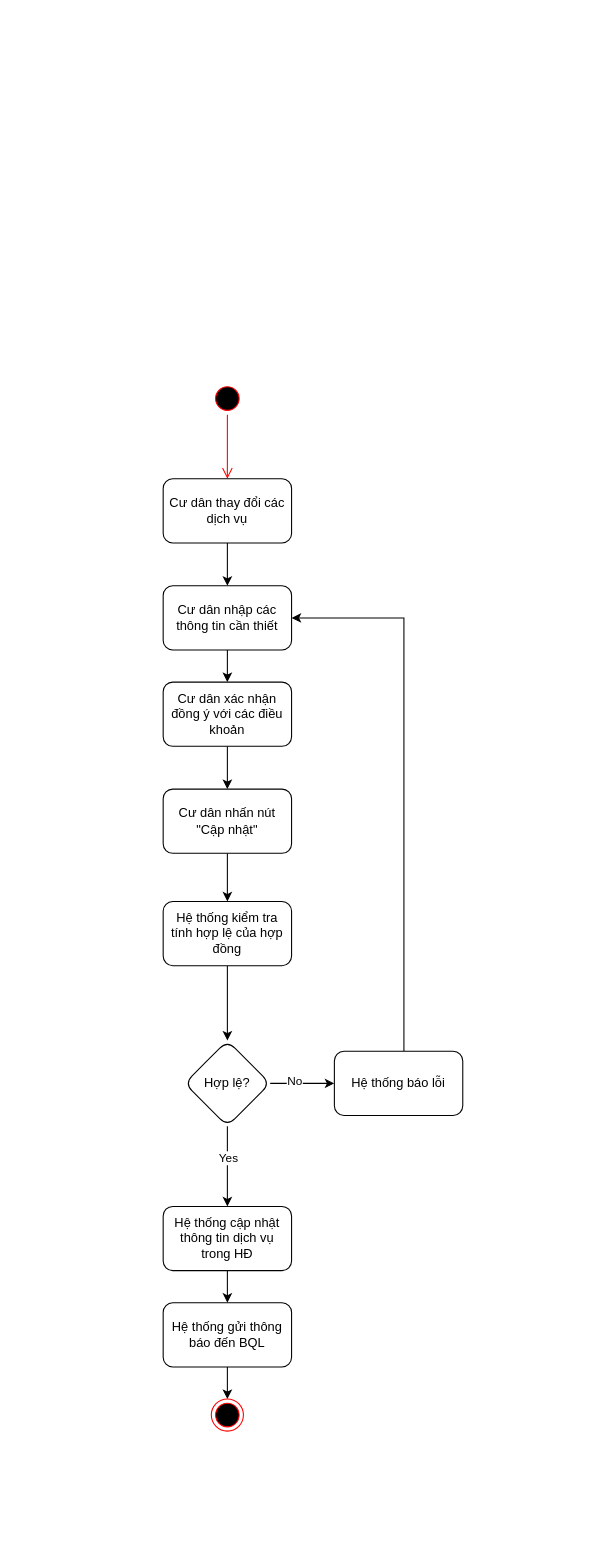
Above: page "AD-Thay đổi dịch vụ" (13 of 15) of doan.drawio in Pakamon234/thuc-tap-tot-nghiep (draw.io), before the change. Source tidied: cells renumbered, new cells numbered last; positions are measured from the earlier drawing's top-left corner, leaving out a move shared by most shapes. Both pictures are drawn from the tidied source at 107%, with x=0, y=0 at pixel (163, 382).
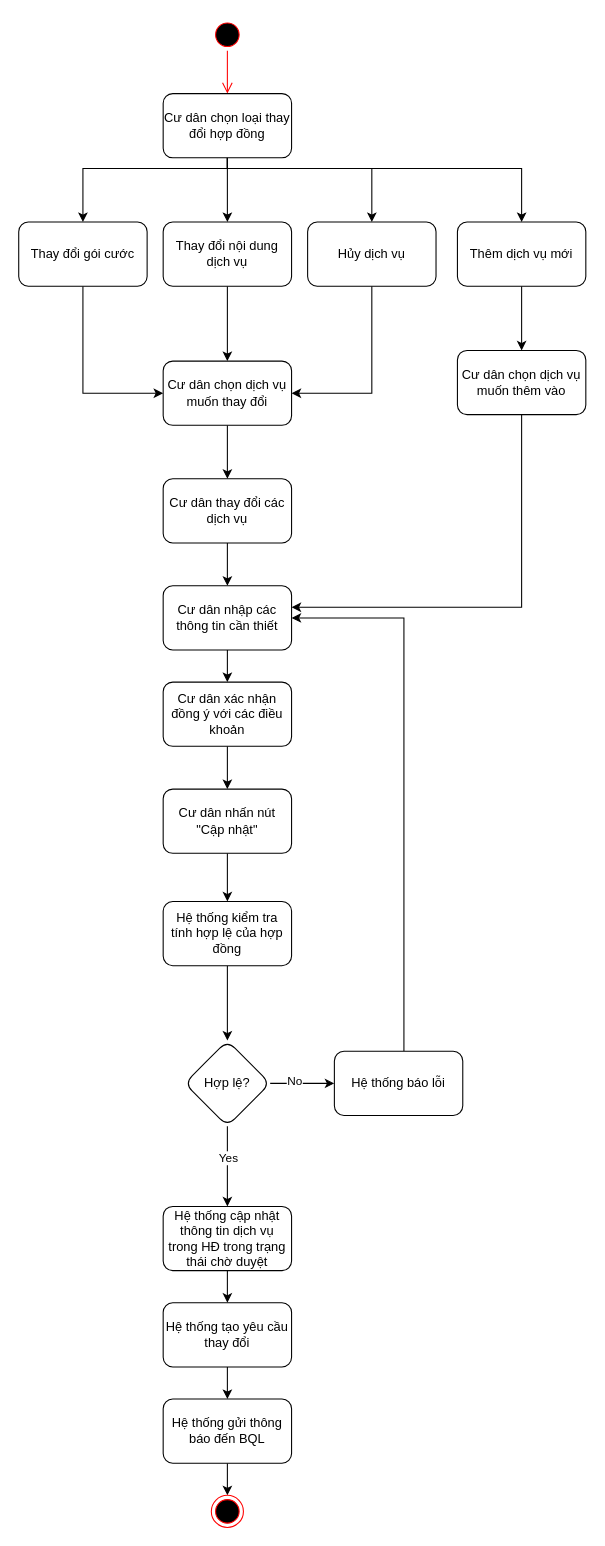
After the change.

The change refers to these unchanged cells:
```xml
<mxCell id="5" value="Cư dân thay đổi các dịch vụ" style="rounded=1;whiteSpace=wrap;html=1;" parent="1" vertex="1">
  <mxGeometry y="90" width="120" height="60" as="geometry" />
</mxCell>
<mxCell id="7" value="Cư dân nhập các thông tin cần thiết" style="whiteSpace=wrap;html=1;rounded=1;" parent="1" vertex="1">
  <mxGeometry y="190" width="120" height="60" as="geometry" />
</mxCell>
```

What changed in the source:
```diff
@@
     <mxCell id="2" style="ellipse;html=1;shape=startState;fillColor=#000000;strokeColor=#ff0000;" parent="1" vertex="1">
-      <mxGeometry x="45" width="30" height="30" as="geometry" />
+      <mxGeometry x="45" y="-340" width="30" height="30" as="geometry" />
     </mxCell>
     <mxCell id="3" style="edgeStyle=orthogonalEdgeStyle;html=1;verticalAlign=bottom;endArrow=open;endSize=8;strokeColor=#ff0000;rounded=0;" parent="1" edge="1" source="2">
       <mxGeometry relative="1" as="geometry">
-        <mxPoint x="60" y="90" as="targetPoint" />
+        <mxPoint x="60" y="-270" as="targetPoint" />
       </mxGeometry>
     </mxCell>
@@
-    <mxCell id="21" style="edgeStyle=orthogonalEdgeStyle;rounded=0;jettySize=auto;html=1;" parent="1" edge="1" source="22" target="24">
+    <mxCell id="21" style="edgeStyle=orthogonalEdgeStyle;rounded=0;jettySize=auto;html=1;" parent="1" edge="1" source="44" target="24">
       <mxGeometry relative="1" as="geometry" />
     </mxCell>
-    <mxCell id="22" value="Hệ thống cập nhật thông tin dịch vụ trong HĐ" style="whiteSpace=wrap;html=1;rounded=1;" parent="1" vertex="1">
+    <mxCell id="22" value="Hệ thống cập nhật thông tin dịch vụ trong HĐ trong trạng thái chờ duyệt" style="whiteSpace=wrap;html=1;rounded=1;" parent="1" vertex="1">
       <mxGeometry y="770" width="120" height="60" as="geometry" />
     </mxCell>
@@
     <mxCell id="24" value="Hệ thống gửi thông báo đến BQL" style="whiteSpace=wrap;html=1;rounded=1;" parent="1" vertex="1">
-      <mxGeometry y="860" width="120" height="60" as="geometry" />
+      <mxGeometry y="950" width="120" height="60" as="geometry" />
     </mxCell>
     <mxCell id="25" style="ellipse;html=1;shape=endState;fillColor=#000000;strokeColor=#ff0000;" parent="1" vertex="1">
-      <mxGeometry x="45" y="950" width="30" height="30" as="geometry" />
+      <mxGeometry x="45" y="1040" width="30" height="30" as="geometry" />
     </mxCell>
+    <mxCell id="26" style="edgeStyle=orthogonalEdgeStyle;rounded=0;jettySize=auto;html=1;" parent="1" edge="1" source="30" target="32">
+      <mxGeometry relative="1" as="geometry">
+        <Array as="points">
+          <mxPoint x="60" y="-200" />
+          <mxPoint x="-75" y="-200" />
+        </Array>
+      </mxGeometry>
+    </mxCell>
+    <mxCell id="27" style="edgeStyle=orthogonalEdgeStyle;rounded=0;jettySize=auto;html=1;" parent="1" edge="1" source="30" target="34">
+      <mxGeometry relative="1" as="geometry" />
+    </mxCell>
+    <mxCell id="28" style="edgeStyle=orthogonalEdgeStyle;rounded=0;jettySize=auto;html=1;entryX=0.5;entryY=0;entryDx=0;entryDy=0;" parent="1" edge="1" source="30" target="36">
+      <mxGeometry relative="1" as="geometry">
+        <Array as="points">
+          <mxPoint x="60" y="-200" />
+          <mxPoint x="195" y="-200" />
+        </Array>
+      </mxGeometry>
+    </mxCell>
+    <mxCell id="29" style="edgeStyle=orthogonalEdgeStyle;rounded=0;jettySize=auto;html=1;" parent="1" edge="1" source="30" target="38">
+      <mxGeometry relative="1" as="geometry">
+        <Array as="points">
+          <mxPoint x="60" y="-200" />
+          <mxPoint x="335" y="-200" />
+        </Array>
+      </mxGeometry>
+    </mxCell>
+    <mxCell id="30" value="Cư dân chọn loại thay đổi hợp đồng" style="rounded=1;whiteSpace=wrap;html=1;" parent="1" vertex="1">
+      <mxGeometry y="-270" width="120" height="60" as="geometry" />
+    </mxCell>
+    <mxCell id="31" style="edgeStyle=orthogonalEdgeStyle;rounded=0;jettySize=auto;html=1;entryX=0;entryY=0.5;entryDx=0;entryDy=0;" parent="1" edge="1" source="32" target="40">
+      <mxGeometry relative="1" as="geometry">
+        <Array as="points">
+          <mxPoint x="-75" y="10" />
+        </Array>
+      </mxGeometry>
+    </mxCell>
+    <mxCell id="32" value="Thay đổi gói cước" style="whiteSpace=wrap;html=1;rounded=1;" parent="1" vertex="1">
+      <mxGeometry x="-135" y="-150" width="120" height="60" as="geometry" />
+    </mxCell>
+    <mxCell id="33" style="edgeStyle=orthogonalEdgeStyle;rounded=0;jettySize=auto;html=1;" parent="1" edge="1" source="34" target="40">
+      <mxGeometry relative="1" as="geometry" />
+    </mxCell>
+    <mxCell id="34" value="Thay đổi nội dung dịch vụ" style="whiteSpace=wrap;html=1;rounded=1;" parent="1" vertex="1">
+      <mxGeometry y="-150" width="120" height="60" as="geometry" />
+    </mxCell>
+    <mxCell id="35" style="edgeStyle=orthogonalEdgeStyle;rounded=0;jettySize=auto;html=1;entryX=1;entryY=0.5;entryDx=0;entryDy=0;" parent="1" edge="1" source="36" target="40">
+      <mxGeometry relative="1" as="geometry">
+        <Array as="points">
+          <mxPoint x="195" y="10" />
+        </Array>
+      </mxGeometry>
+    </mxCell>
+    <mxCell id="36" value="Hủy dịch vụ" style="whiteSpace=wrap;html=1;rounded=1;" parent="1" vertex="1">
+      <mxGeometry x="135" y="-150" width="120" height="60" as="geometry" />
+    </mxCell>
+    <mxCell id="37" style="edgeStyle=orthogonalEdgeStyle;rounded=0;jettySize=auto;html=1;entryX=0.5;entryY=0;entryDx=0;entryDy=0;" parent="1" edge="1" source="38" target="42">
+      <mxGeometry relative="1" as="geometry" />
+    </mxCell>
+    <mxCell id="38" value="Thêm dịch vụ mới" style="whiteSpace=wrap;html=1;rounded=1;" parent="1" vertex="1">
+      <mxGeometry x="275" y="-150" width="120" height="60" as="geometry" />
+    </mxCell>
+    <mxCell id="39" style="edgeStyle=orthogonalEdgeStyle;rounded=0;jettySize=auto;html=1;entryX=0.5;entryY=0;entryDx=0;entryDy=0;" parent="1" edge="1" source="40" target="5">
+      <mxGeometry relative="1" as="geometry" />
+    </mxCell>
+    <mxCell id="40" value="Cư dân chọn dịch vụ muốn thay đổi" style="whiteSpace=wrap;html=1;rounded=1;" parent="1" vertex="1">
+      <mxGeometry y="-20" width="120" height="60" as="geometry" />
+    </mxCell>
+    <mxCell id="41" style="edgeStyle=orthogonalEdgeStyle;rounded=0;jettySize=auto;html=1;" parent="1" edge="1" source="42" target="7">
+      <mxGeometry relative="1" as="geometry">
+        <Array as="points">
+          <mxPoint x="335" y="210" />
+        </Array>
+      </mxGeometry>
+    </mxCell>
+    <mxCell id="42" value="Cư dân chọn dịch vụ muốn thêm vào" style="rounded=1;whiteSpace=wrap;html=1;" parent="1" vertex="1">
+      <mxGeometry x="275" y="-30" width="120" height="60" as="geometry" />
+    </mxCell>
+    <mxCell id="43" style="edgeStyle=orthogonalEdgeStyle;rounded=0;jettySize=auto;html=1;" parent="1" edge="1" source="22" target="44">
+      <mxGeometry relative="1" as="geometry" />
+    </mxCell>
+    <mxCell id="44" value="Hệ thống tạo yêu cầu thay đổi" style="rounded=1;whiteSpace=wrap;html=1;" parent="1" vertex="1">
+      <mxGeometry y="860" width="120" height="60" as="geometry" />
+    </mxCell>
```
